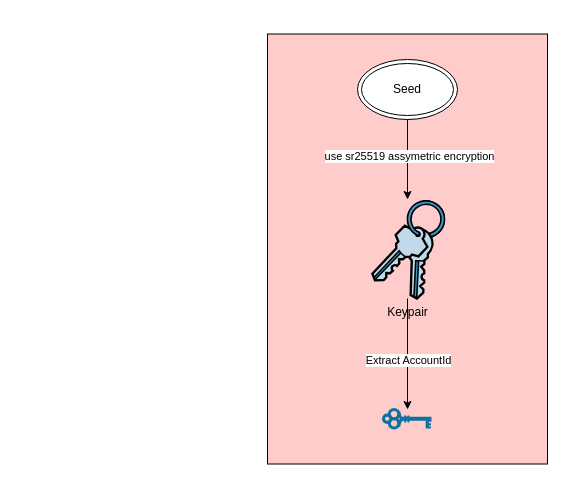
Before: page "Account" (3 of 5) of img/substrate_learning.drawio in abhi3700/My_Learning_Substrate, a draw.io diagram. Source tidied: cells renumbered, new cells numbered last; positions are measured from the earlier drawing's top-left corner, leaving out a move shared by most shapes. Both pictures are drawn from the tidied source at 100%, with x=0, y=0 at pixel (267, 33).
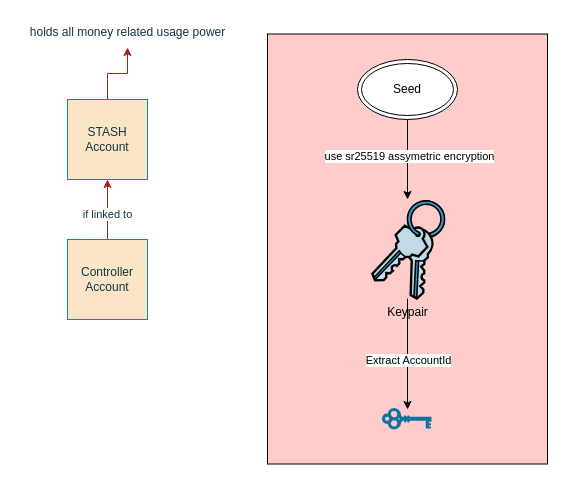
After the change.

The edit, as a diff of the source:
```diff
@@
 <mxGraphModel>
   <root>
     <mxCell id="0" />
     <mxCell id="1" parent="0" />
     <mxCell id="2" style="group;" parent="1" vertex="1">
       <mxGeometry y="0.5" width="280" height="430" as="geometry" />
     </mxCell>
     <mxCell id="3" style="rounded=0;whiteSpace=wrap;html=1;fillColor=#FFCCCC;" parent="2" vertex="1">
       <mxGeometry width="280" height="430" as="geometry" />
     </mxCell>
     <mxCell id="4" value="Seed" style="ellipse;shape=doubleEllipse;whiteSpace=wrap;html=1;" parent="2" vertex="1">
       <mxGeometry x="90" y="25.5" width="100" height="60" as="geometry" />
     </mxCell>
     <mxCell id="5" value="Keypair" style="shape=mxgraph.cisco.misc.keys;html=1;dashed=0;fillColor=#036897;strokeColor=#ffffff;strokeWidth=2;verticalLabelPosition=bottom;verticalAlign=top;align=center;outlineConnect=0;" parent="2" vertex="1">
       <mxGeometry x="103" y="165.5" width="74" height="99" as="geometry" />
     </mxCell>
     <mxCell id="6" style="edgeStyle=orthogonalEdgeStyle;rounded=0;jettySize=auto;html=1;" parent="2" edge="1" source="4" target="5">
       <mxGeometry relative="1" as="geometry" />
     </mxCell>
     <mxCell id="7" value="use sr25519 assymetric encryption" style="edgeLabel;html=1;align=center;verticalAlign=middle;" parent="6" vertex="1">
       <mxGeometry x="-0.1" y="1" relative="1" as="geometry" />
     </mxCell>
     <mxCell id="8" style="shape=mxgraph.cisco.misc.key;html=1;dashed=0;fillColor=#036897;strokeColor=#ffffff;strokeWidth=2;verticalLabelPosition=bottom;verticalAlign=top;align=center;outlineConnect=0;" parent="2" vertex="1">
       <mxGeometry x="116" y="375.5" width="48" height="19" as="geometry" />
     </mxCell>
     <mxCell id="9" style="edgeStyle=orthogonalEdgeStyle;rounded=0;jettySize=auto;html=1;" parent="2" edge="1" source="5" target="8">
       <mxGeometry relative="1" as="geometry" />
     </mxCell>
     <mxCell id="10" value="Extract AccountId" style="edgeLabel;html=1;align=center;verticalAlign=middle;" parent="9" vertex="1">
       <mxGeometry x="-0.14" relative="1" as="geometry">
         <mxPoint y="13" as="offset" />
       </mxGeometry>
     </mxCell>
+    <mxCell id="11" style="edgeStyle=orthogonalEdgeStyle;rounded=0;jettySize=auto;html=1;strokeColor=#A8201A;fontColor=#143642;fillColor=#FAE5C7;" parent="1" edge="1" source="12" target="16">
+      <mxGeometry relative="1" as="geometry" />
+    </mxCell>
+    <mxCell id="12" value="STASH Account" style="whiteSpace=wrap;html=1;strokeColor=#0F8B8D;fontColor=#143642;fillColor=#FAE5C7;" parent="1" vertex="1">
+      <mxGeometry x="-200" y="66" width="80" height="80" as="geometry" />
+    </mxCell>
+    <mxCell id="13" style="edgeStyle=orthogonalEdgeStyle;rounded=0;jettySize=auto;html=1;entryX=0.5;entryY=1;entryDx=0;entryDy=0;strokeColor=#A8201A;fontColor=#143642;fillColor=#FAE5C7;" parent="1" edge="1" source="15" target="12">
+      <mxGeometry relative="1" as="geometry" />
+    </mxCell>
+    <mxCell id="14" value="if linked to" style="edgeLabel;html=1;align=center;verticalAlign=middle;fontColor=#143642;" parent="13" vertex="1">
+      <mxGeometry x="-0.12" y="1" relative="1" as="geometry" />
+    </mxCell>
+    <mxCell id="15" value="Controller Account" style="whiteSpace=wrap;html=1;strokeColor=#0F8B8D;fontColor=#143642;fillColor=#FAE5C7;" parent="1" vertex="1">
+      <mxGeometry x="-200" y="206" width="80" height="80" as="geometry" />
+    </mxCell>
+    <mxCell id="16" value="holds all money related usage power" style="text;html=1;align=center;verticalAlign=middle;points=[];strokeColor=none;fillColor=none;fontColor=#143642;" parent="1" vertex="1">
+      <mxGeometry x="-250" y="-16" width="220" height="30" as="geometry" />
+    </mxCell>
   </root>
 </mxGraphModel>
```
